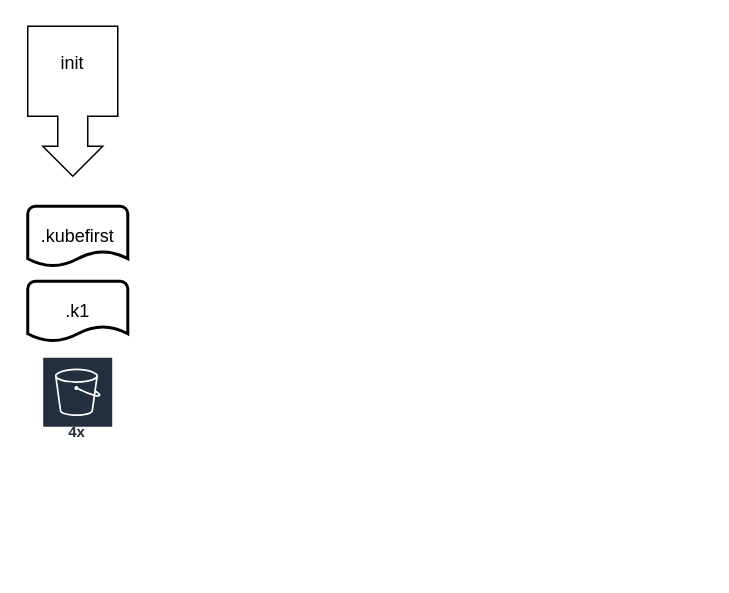
org-demo-6za/diagrams-kubefirst keeps this draw.io diagram as Installer.drawio. Above is the earlier version. Source tidied: cells renumbered, new cells numbered last; positions are measured from the earlier drawing's top-left corner, leaving out a move shared by most shapes. Both pictures are drawn from the tidied source at 150%, with x=0, y=0 at pixel (-3, 40).
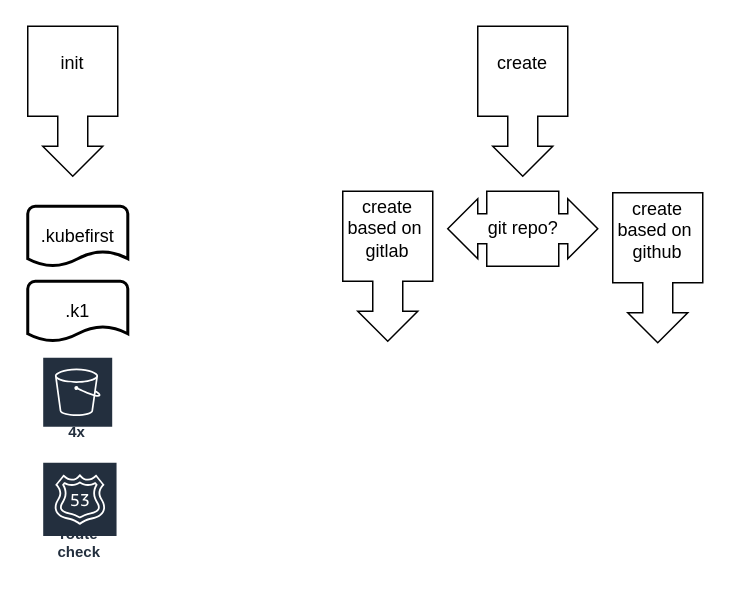
The same diagram, later.

The edit, as a diff of the source:
```diff
@@
 <mxGraphModel>
   <root>
     <mxCell id="0" />
     <mxCell id="1" parent="0" />
     <mxCell id="2" style="html=1;shadow=0;dashed=0;align=center;verticalAlign=middle;shape=mxgraph.arrows2.calloutArrow;dy=10;dx=20;notch=60;arrowHead=10;rotation=90;" parent="1" vertex="1">
       <mxGeometry y="10" width="100" height="60" as="geometry" />
     </mxCell>
     <mxCell id="3" value="init" style="text;html=1;strokeColor=none;fillColor=none;align=center;verticalAlign=middle;whiteSpace=wrap;rounded=0;" parent="1" vertex="1">
       <mxGeometry x="20" width="60" height="30" as="geometry" />
     </mxCell>
     <mxCell id="4" value=".kubefirst" style="strokeWidth=2;html=1;shape=mxgraph.flowchart.document2;whiteSpace=wrap;size=0.25;" parent="1" vertex="1">
       <mxGeometry x="20" y="110" width="66.7" height="40" as="geometry" />
     </mxCell>
     <mxCell id="5" value=".k1" style="strokeWidth=2;html=1;shape=mxgraph.flowchart.document2;whiteSpace=wrap;size=0.25;" parent="1" vertex="1">
       <mxGeometry x="20" y="160" width="66.7" height="40" as="geometry" />
     </mxCell>
     <mxCell id="6" value="4x" style="sketch=0;fontColor=#232F3E;gradientColor=none;strokeColor=#ffffff;fillColor=#232F3E;dashed=0;verticalLabelPosition=middle;verticalAlign=bottom;align=center;html=1;whiteSpace=wrap;fontSize=10;fontStyle=1;spacing=3;shape=mxgraph.aws4.productIcon;prIcon=mxgraph.aws4.s3;" parent="1" vertex="1">
       <mxGeometry x="29.3" y="210" width="48" height="60" as="geometry" />
     </mxCell>
+    <mxCell id="7" value="route check" style="sketch=0;fontColor=#232F3E;gradientColor=none;strokeColor=#ffffff;fillColor=#232F3E;dashed=0;verticalLabelPosition=middle;verticalAlign=bottom;align=center;html=1;whiteSpace=wrap;fontSize=10;fontStyle=1;spacing=3;shape=mxgraph.aws4.productIcon;prIcon=mxgraph.aws4.route_53;" parent="1" vertex="1">
+      <mxGeometry x="29.3" y="280" width="50.9" height="70" as="geometry" />
+    </mxCell>
+    <mxCell id="8" style="html=1;shadow=0;dashed=0;align=center;verticalAlign=middle;shape=mxgraph.arrows2.calloutArrow;dy=10;dx=20;notch=60;arrowHead=10;rotation=90;" parent="1" vertex="1">
+      <mxGeometry x="300" y="10" width="100" height="60" as="geometry" />
+    </mxCell>
+    <mxCell id="9" value="create" style="text;html=1;strokeColor=none;fillColor=none;align=center;verticalAlign=middle;whiteSpace=wrap;rounded=0;" parent="1" vertex="1">
+      <mxGeometry x="320" width="60" height="30" as="geometry" />
+    </mxCell>
+    <mxCell id="10" value="git repo?" style="html=1;shadow=0;dashed=0;align=center;verticalAlign=middle;shape=mxgraph.arrows2.calloutDoubleArrow;dy=10;dx=20;notch=24;arrowHead=10;" parent="1" vertex="1">
+      <mxGeometry x="300" y="100" width="100" height="50" as="geometry" />
+    </mxCell>
+    <mxCell id="11" style="html=1;shadow=0;dashed=0;align=center;verticalAlign=middle;shape=mxgraph.arrows2.calloutArrow;dy=10;dx=20;notch=60;arrowHead=10;rotation=90;" parent="1" vertex="1">
+      <mxGeometry x="210" y="120" width="100" height="60" as="geometry" />
+    </mxCell>
+    <mxCell id="12" value="create based on&amp;nbsp;&lt;br&gt;gitlab" style="text;html=1;strokeColor=none;fillColor=none;align=center;verticalAlign=middle;whiteSpace=wrap;rounded=0;" parent="1" vertex="1">
+      <mxGeometry x="230" y="110" width="60" height="30" as="geometry" />
+    </mxCell>
+    <mxCell id="13" style="html=1;shadow=0;dashed=0;align=center;verticalAlign=middle;shape=mxgraph.arrows2.calloutArrow;dy=10;dx=20;notch=60;arrowHead=10;rotation=90;" parent="1" vertex="1">
+      <mxGeometry x="390" y="121" width="100" height="60" as="geometry" />
+    </mxCell>
+    <mxCell id="14" value="create based on&amp;nbsp;&lt;br&gt;github" style="text;html=1;strokeColor=none;fillColor=none;align=center;verticalAlign=middle;whiteSpace=wrap;rounded=0;" parent="1" vertex="1">
+      <mxGeometry x="410" y="111" width="60" height="30" as="geometry" />
+    </mxCell>
   </root>
 </mxGraphModel>
```
